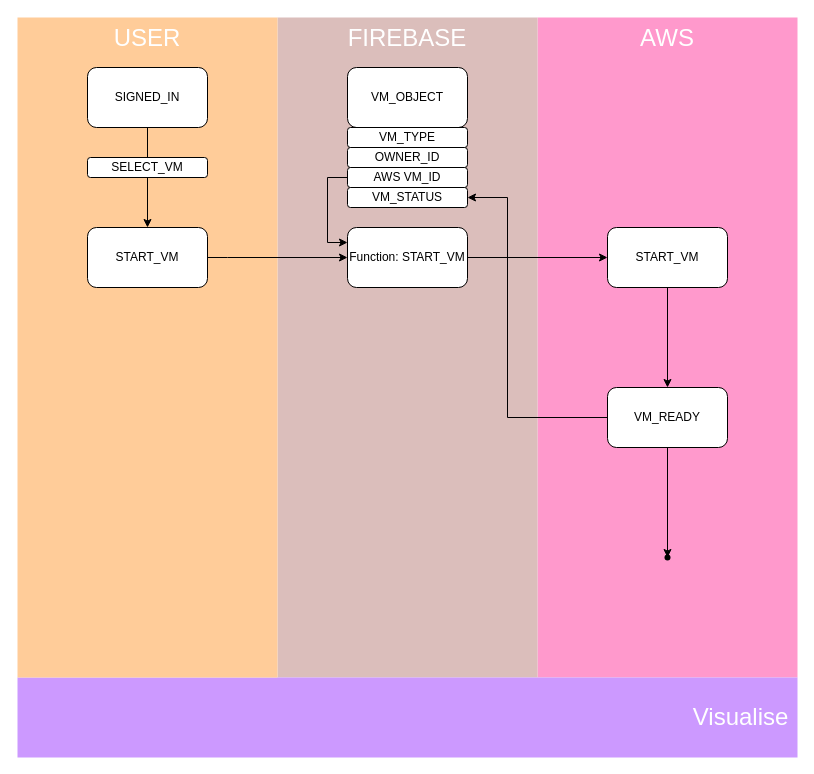
AM1010101/lidar_integrators_course keeps this draw.io diagram as page "START_VM" (3 of 4) of Diagrams/Untitled Diagram.drawio. Above is the earlier version. Source tidied: cells renumbered, new cells numbered last; positions are measured from the earlier drawing's top-left corner, leaving out a move shared by most shapes. Both pictures are drawn from the tidied source at 100%, with x=0, y=0 at pixel (17, 17).
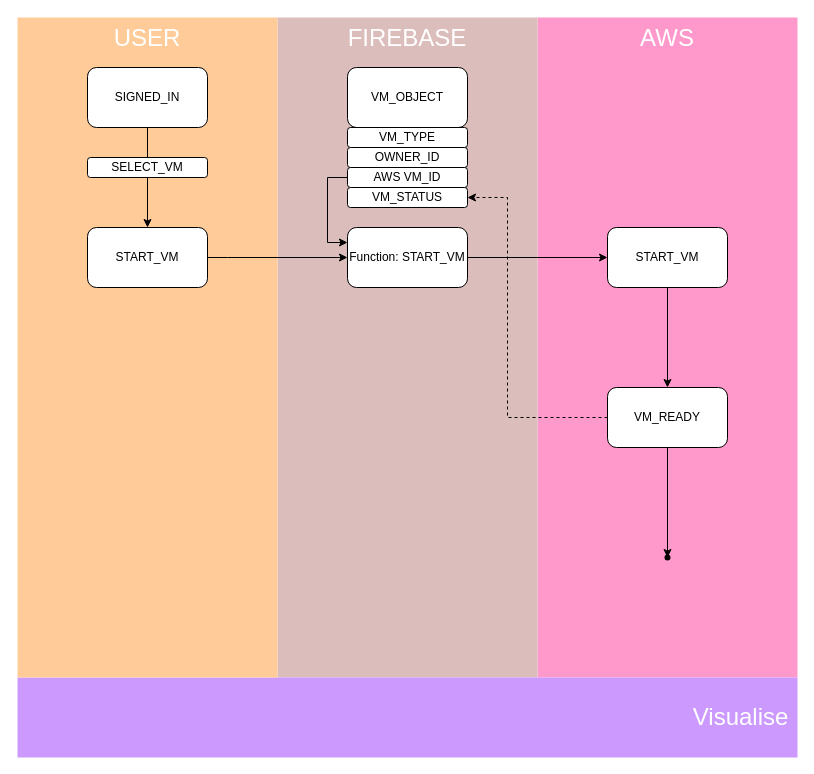
Above is the later version.

Unchanged cells that the change refers to:
```xml
<mxCell id="17" value="VM_READY" style="rounded=1;whiteSpace=wrap;html=1;" parent="1" vertex="1">
  <mxGeometry x="590" y="370" width="120" height="60" as="geometry" />
</mxCell>
<mxCell id="19" value="VM_STATUS" style="rounded=1;whiteSpace=wrap;html=1;" parent="1" vertex="1">
  <mxGeometry x="330" y="170" width="120" height="20" as="geometry" />
</mxCell>
```

What changed in the source:
```diff
@@
-    <mxCell id="15" style="edgeStyle=orthogonalEdgeStyle;rounded=0;jettySize=auto;html=1;entryX=1;entryY=0.5;entryDx=0;entryDy=0;" parent="1" edge="1" source="17" target="19">
+    <mxCell id="15" style="edgeStyle=orthogonalEdgeStyle;rounded=0;jettySize=auto;html=1;entryX=1;entryY=0.5;entryDx=0;entryDy=0;dashed=1;" parent="1" edge="1" source="17" target="19">
       <mxGeometry relative="1" as="geometry">
         <Array as="points">
           <mxPoint x="490" y="400" />
           <mxPoint x="490" y="180" />
         </Array>
       </mxGeometry>
     </mxCell>
```
